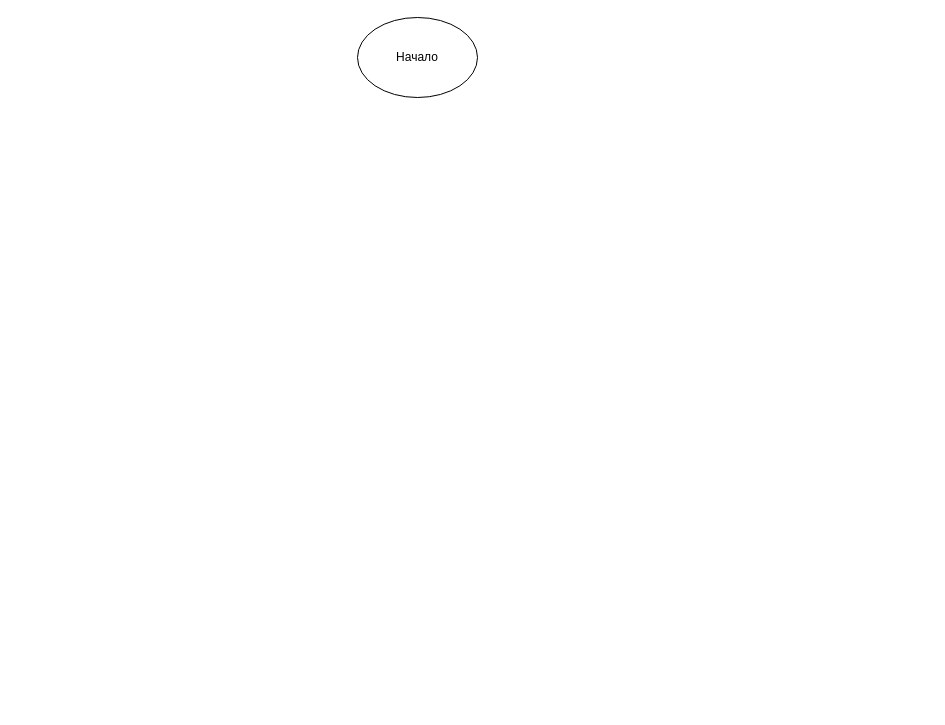
Above: Граф эскалации исключений инициализации.drawio in tkadm/- (draw.io), before the change. Source tidied: cells renumbered, new cells numbered last; positions are measured from the earlier drawing's top-left corner, leaving out a move shared by most shapes. Both pictures are drawn from the tidied source at 100%, with x=0, y=0 at pixel (357, 17).
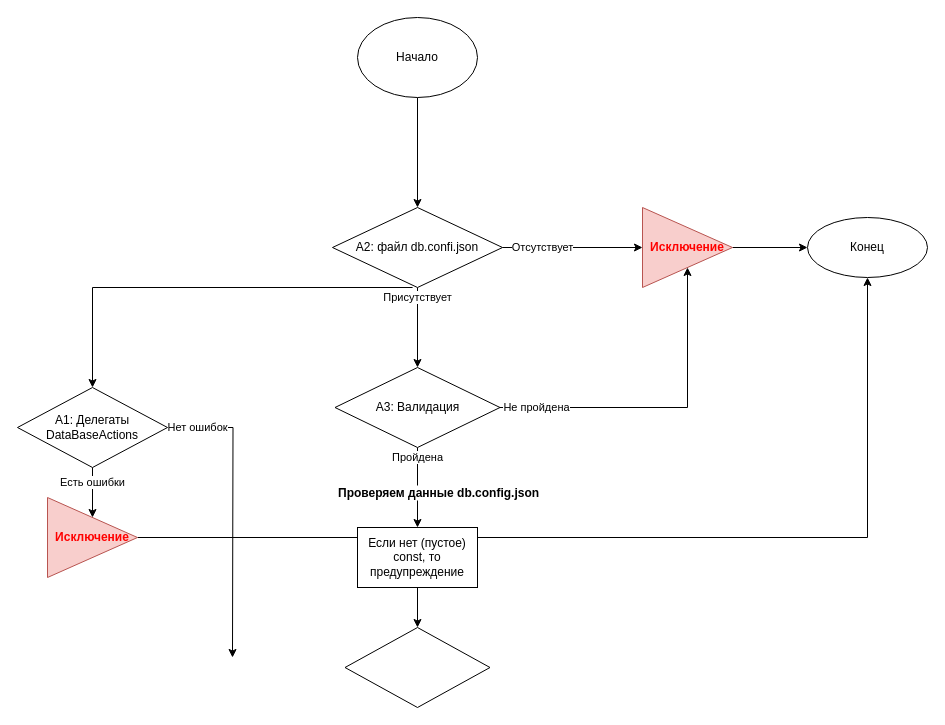
The same page after the edit.

The change refers to these unchanged cells:
```xml
<mxCell id="2" value="Начало" style="ellipse;whiteSpace=wrap;html=1;" parent="1" vertex="1">
  <mxGeometry width="120" height="80" as="geometry" />
</mxCell>
```

What changed in the source:
```diff
@@
+    <mxCell id="3" style="edgeStyle=orthogonalEdgeStyle;rounded=0;jettySize=auto;html=1;" parent="1" edge="1" source="2" target="9">
+      <mxGeometry relative="1" as="geometry" />
+    </mxCell>
+    <mxCell id="4" value="Нет ошибок" style="edgeStyle=orthogonalEdgeStyle;rounded=0;jettySize=auto;html=1;exitX=1;exitY=0.5;exitDx=0;exitDy=0;" parent="1" edge="1" source="6">
+      <mxGeometry x="-0.8" relative="1" as="geometry">
+        <mxPoint x="-125" y="640" as="targetPoint" />
+      </mxGeometry>
+    </mxCell>
@@
+    <mxCell id="5" value="Есть ошибки" style="edgeStyle=orthogonalEdgeStyle;rounded=0;jettySize=auto;html=1;fontColor=#000000;" parent="1" edge="1" source="6" target="17">
+      <mxGeometry relative="1" as="geometry" />
+    </mxCell>
+    <mxCell id="6" value="А1: Делегаты DataBaseActions" style="rhombus;whiteSpace=wrap;html=1;" parent="1" vertex="1">
+      <mxGeometry x="-340" y="370" width="150" height="80" as="geometry" />
+    </mxCell>
+    <mxCell id="7" value="Отсутствует" style="edgeStyle=orthogonalEdgeStyle;rounded=0;jettySize=auto;html=1;entryX=0;entryY=0.5;entryDx=0;entryDy=0;" parent="1" edge="1" source="9" target="15">
+      <mxGeometry x="-0.43" relative="1" as="geometry" />
+    </mxCell>
+    <mxCell id="8" value="Присутствует" style="edgeStyle=orthogonalEdgeStyle;rounded=0;jettySize=auto;html=1;" parent="1" edge="1" source="9" target="13">
+      <mxGeometry x="-0.75" relative="1" as="geometry" />
+    </mxCell>
+    <mxCell id="9" value="А2: файл db.confi.json" style="rhombus;whiteSpace=wrap;html=1;" parent="1" vertex="1">
+      <mxGeometry x="-25" y="190" width="170" height="80" as="geometry" />
+    </mxCell>
+    <mxCell id="10" style="edgeStyle=orthogonalEdgeStyle;rounded=0;jettySize=auto;html=1;exitX=1;exitY=0.5;exitDx=0;exitDy=0;" parent="1" edge="1" source="15" target="14">
+      <mxGeometry relative="1" as="geometry" />
+    </mxCell>
+    <mxCell id="11" value="Не пройдена" style="edgeStyle=orthogonalEdgeStyle;rounded=0;jettySize=auto;html=1;entryX=0.5;entryY=1;entryDx=0;entryDy=0;" parent="1" edge="1" source="13" target="15">
+      <mxGeometry x="-0.78" relative="1" as="geometry" />
+    </mxCell>
+    <mxCell id="12" value="Пройдена" style="edgeStyle=orthogonalEdgeStyle;rounded=0;jettySize=auto;html=1;" parent="1" edge="1" source="13">
+      <mxGeometry x="-0.75" relative="1" as="geometry">
+        <mxPoint x="60" y="510" as="targetPoint" />
+      </mxGeometry>
+    </mxCell>
+    <mxCell id="13" value="А3: Валидация" style="rhombus;whiteSpace=wrap;html=1;" parent="1" vertex="1">
+      <mxGeometry x="-22.5" y="350" width="165" height="80" as="geometry" />
+    </mxCell>
+    <mxCell id="14" value="Конец" style="ellipse;whiteSpace=wrap;html=1;" parent="1" vertex="1">
+      <mxGeometry x="450" y="200" width="120" height="60" as="geometry" />
+    </mxCell>
+    <mxCell id="15" value="Исключение" style="triangle;whiteSpace=wrap;html=1;fillColor=#f8cecc;strokeColor=#b85450;fontColor=#FF0000;fontStyle=1;" parent="1" vertex="1">
+      <mxGeometry x="285" y="190" width="90" height="80" as="geometry" />
+    </mxCell>
+    <mxCell id="16" style="edgeStyle=orthogonalEdgeStyle;rounded=0;jettySize=auto;html=1;fontColor=#000000;entryX=0.5;entryY=1;entryDx=0;entryDy=0;" parent="1" edge="1" source="17" target="14">
+      <mxGeometry relative="1" as="geometry" />
+    </mxCell>
+    <mxCell id="17" value="Исключение" style="triangle;whiteSpace=wrap;html=1;fillColor=#f8cecc;strokeColor=#b85450;fontColor=#FF0000;fontStyle=1;" parent="1" vertex="1">
+      <mxGeometry x="-310" y="480" width="90" height="80" as="geometry" />
+    </mxCell>
+    <mxCell id="18" value="Проверяем данные db.config.json" style="text;strokeColor=none;fillColor=none;align=left;verticalAlign=middle;spacingLeft=4;spacingRight=4;overflow=hidden;fontColor=#000000;labelBackgroundColor=#FFFFFF;fontStyle=1;labelBorderColor=none;spacingTop=0;spacingBottom=1;horizontal=1;" parent="1" vertex="1">
+      <mxGeometry x="-25" y="460" width="220" height="30" as="geometry" />
+    </mxCell>
+    <mxCell id="19" style="edgeStyle=orthogonalEdgeStyle;rounded=0;jettySize=auto;html=1;fontColor=#000000;" parent="1" edge="1" source="20" target="21">
+      <mxGeometry relative="1" as="geometry" />
+    </mxCell>
+    <mxCell id="20" value="Если нет (пустое) const, то предупреждение" style="rounded=0;whiteSpace=wrap;html=1;labelBackgroundColor=#FFFFFF;labelBorderColor=none;fontColor=#000000;" parent="1" vertex="1">
+      <mxGeometry y="510" width="120" height="60" as="geometry" />
+    </mxCell>
+    <mxCell id="21" style="rhombus;whiteSpace=wrap;html=1;fontColor=#000000;rounded=0;labelBackgroundColor=#FFFFFF;labelBorderColor=none;" parent="1" vertex="1">
+      <mxGeometry x="-12.5" y="610" width="145" height="80" as="geometry" />
+    </mxCell>
+    <mxCell id="22" style="endArrow=classic;html=1;rounded=0;fontColor=#000000;entryX=0.5;entryY=0;entryDx=0;entryDy=0;exitX=0.471;exitY=1;exitDx=0;exitDy=0;exitPerimeter=0;" parent="1" edge="1" source="9" target="6">
+      <mxGeometry relative="1" as="geometry">
+        <Array as="points">
+          <mxPoint x="-265" y="270" />
+        </Array>
+      </mxGeometry>
+    </mxCell>
```
